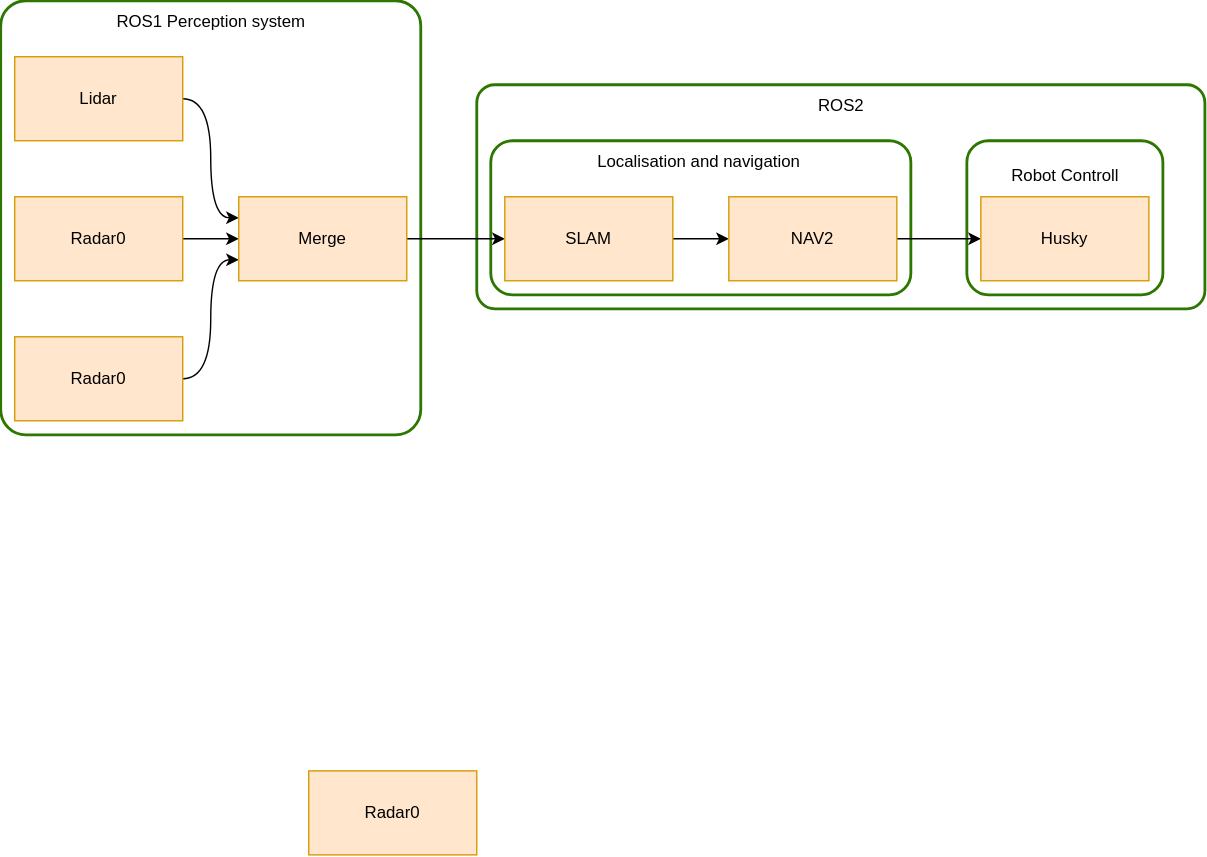
Before: Figures/draw.io/BlockDiagramOverwiev.drawio.svg, a diagram exported from draw.io (didriknr/Master-thesis-Didrik-Robsrud). Source tidied: cells renumbered, new cells last; positions are measured from the earlier drawing's top-left corner, leaving out a move shared by most shapes.
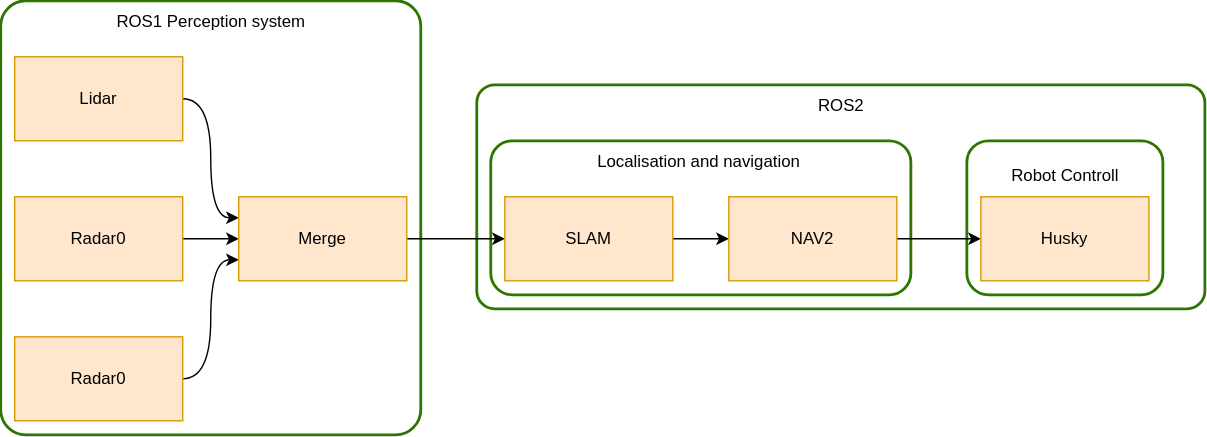
The same file after the commit.

Change to the diagram source:
```diff
@@ -32,9 +32,6 @@
     <mxCell id="11" value="Lidar" style="rounded=0;whiteSpace=wrap;html=1;fillColor=#ffe6cc;strokeColor=#d79b00;" parent="1" vertex="1">
       <mxGeometry x="10" y="40" width="120" height="60" as="geometry" />
     </mxCell>
-    <mxCell id="12" value="Radar0" style="rounded=0;whiteSpace=wrap;html=1;fillColor=#ffe6cc;strokeColor=#d79b00;" parent="1" vertex="1">
-      <mxGeometry x="220" y="550" width="120" height="60" as="geometry" />
-    </mxCell>
     <mxCell id="13" style="edgeStyle=orthogonalEdgeStyle;curved=1;rounded=0;jettySize=auto;html=1;" parent="1" edge="1" source="14" target="16">
       <mxGeometry relative="1" as="geometry" />
     </mxCell>
```
